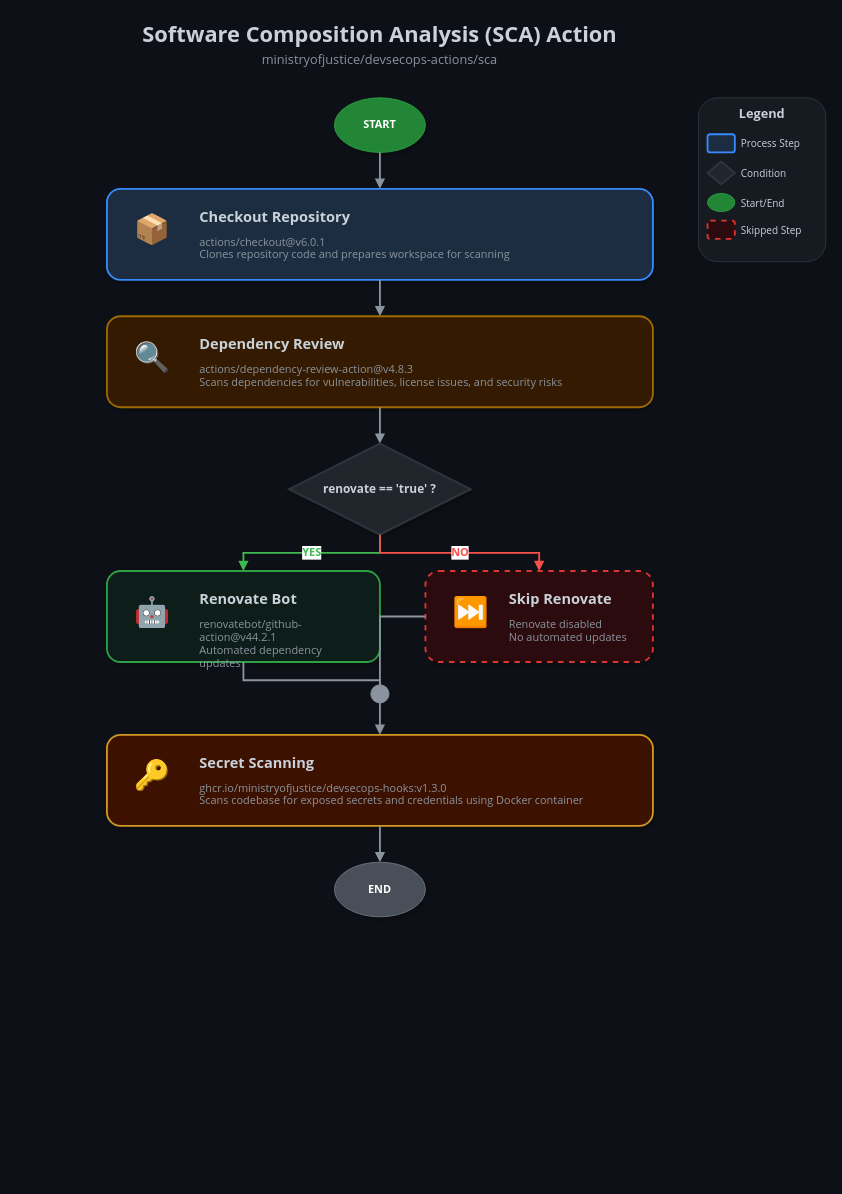
rossguilbert-gov/devsecops-actions keeps this draw.io diagram as docs/sca.drawio. Above is the earlier version. Source tidied: cells renumbered, new cells numbered last; positions are measured from the earlier drawing's top-left corner, leaving out a move shared by most shapes. Both pictures are drawn from the tidied source at 91%, with x=0, y=0 at pixel (15, 15).
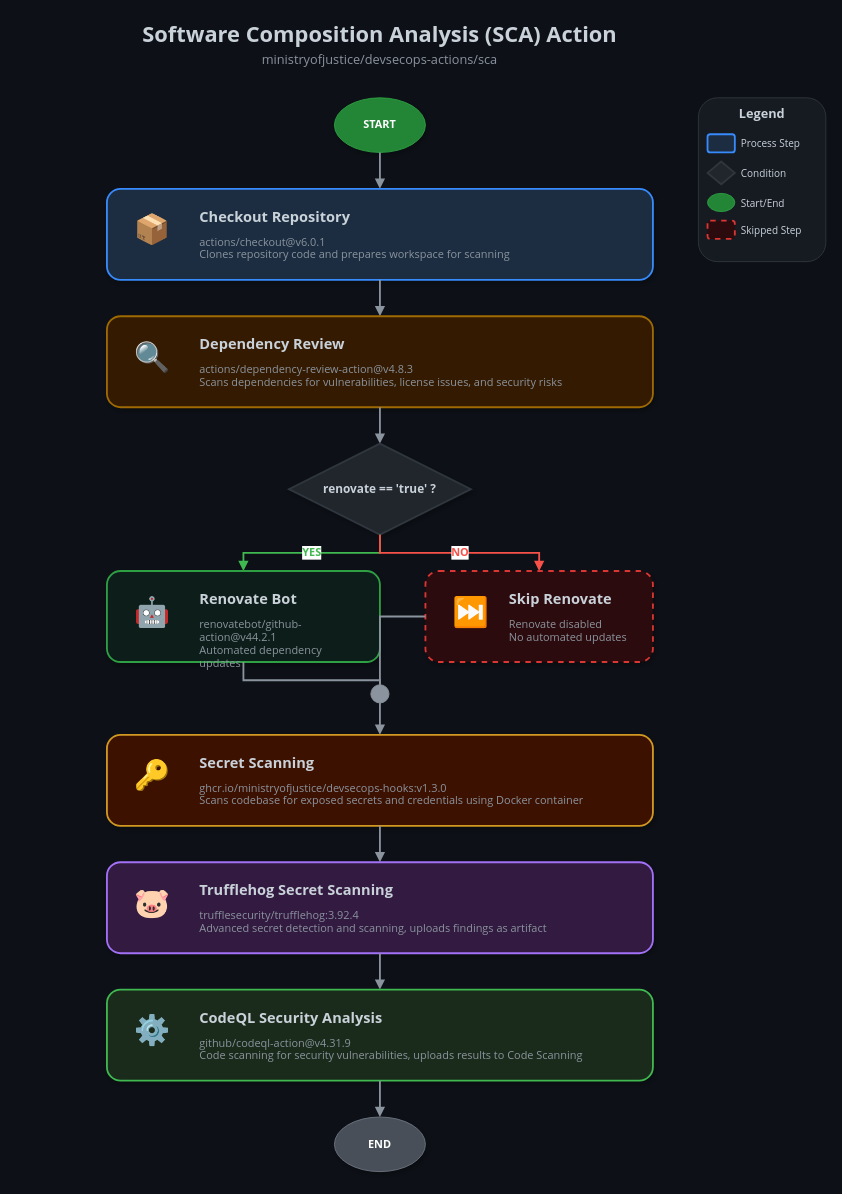
The same page after the edit.

Commit message (it also covers changes not shown here):
feat(10-sca): trufflehog scan (#32)

The change refers to these unchanged cells:
```xml
<mxCell id="31" style="rounded=1;whiteSpace=wrap;html=1;fillColor=#3d1100;strokeColor=#d29922;strokeWidth=2;shadow=1;" parent="1" vertex="1">
  <mxGeometry x="100" y="790" width="600" height="100" as="geometry" />
</mxCell>
```

Diff of the diagram source:
```diff
@@
+    <mxCell id="47" style="edgeStyle=orthogonalEdgeStyle;rounded=0;jettySize=auto;html=1;strokeColor=#8b949e;strokeWidth=2;endArrow=block;endFill=1;" parent="1" edge="1" source="31" target="48">
+      <mxGeometry relative="1" as="geometry" />
+    </mxCell>
+    <mxCell id="48" style="rounded=1;whiteSpace=wrap;html=1;fillColor=#321a41;strokeColor=#a371f7;strokeWidth=2;shadow=1;" parent="1" vertex="1">
+      <mxGeometry x="100" y="930" width="600" height="100" as="geometry" />
+    </mxCell>
+    <mxCell id="49" value="🐷" style="text;html=1;strokeColor=none;fillColor=none;align=center;verticalAlign=middle;whiteSpace=wrap;rounded=0;fontSize=32;" parent="1" vertex="1">
+      <mxGeometry x="120" y="945" width="60" height="60" as="geometry" />
+    </mxCell>
+    <mxCell id="50" value="Trufflehog Secret Scanning" style="text;html=1;strokeColor=none;fillColor=none;align=left;verticalAlign=top;whiteSpace=wrap;rounded=0;fontSize=16;fontStyle=1;fontColor=#c9d1d9;fontFamily=Segoe UI;" parent="1" vertex="1">
+      <mxGeometry x="200" y="945" width="480" height="25" as="geometry" />
+    </mxCell>
+    <mxCell id="51" value="trufflesecurity/trufflehog:3.92.4&lt;br&gt;Advanced secret detection and scanning, uploads findings as artifact" style="text;html=1;strokeColor=none;fillColor=none;align=left;verticalAlign=top;whiteSpace=wrap;rounded=0;fontSize=12;fontColor=#8b949e;fontFamily=Segoe UI;" parent="1" vertex="1">
+      <mxGeometry x="200" y="975" width="480" height="45" as="geometry" />
+    </mxCell>
+    <mxCell id="52" style="edgeStyle=orthogonalEdgeStyle;rounded=0;jettySize=auto;html=1;strokeColor=#8b949e;strokeWidth=2;endArrow=block;endFill=1;" parent="1" edge="1" source="48" target="53">
+      <mxGeometry relative="1" as="geometry" />
+    </mxCell>
+    <mxCell id="53" style="rounded=1;whiteSpace=wrap;html=1;fillColor=#1a2b1c;strokeColor=#3fb950;strokeWidth=2;shadow=1;" parent="1" vertex="1">
+      <mxGeometry x="100" y="1070" width="600" height="100" as="geometry" />
+    </mxCell>
+    <mxCell id="54" value="⚙️" style="text;html=1;strokeColor=none;fillColor=none;align=center;verticalAlign=middle;whiteSpace=wrap;rounded=0;fontSize=32;" parent="1" vertex="1">
+      <mxGeometry x="120" y="1085" width="60" height="60" as="geometry" />
+    </mxCell>
+    <mxCell id="55" value="CodeQL Security Analysis" style="text;html=1;strokeColor=none;fillColor=none;align=left;verticalAlign=top;whiteSpace=wrap;rounded=0;fontSize=16;fontStyle=1;fontColor=#c9d1d9;fontFamily=Segoe UI;" parent="1" vertex="1">
+      <mxGeometry x="200" y="1085" width="480" height="25" as="geometry" />
+    </mxCell>
+    <mxCell id="56" value="github/codeql-action@v4.31.9&lt;br&gt;Code scanning for security vulnerabilities, uploads results to Code Scanning" style="text;html=1;strokeColor=none;fillColor=none;align=left;verticalAlign=top;whiteSpace=wrap;rounded=0;fontSize=12;fontColor=#8b949e;fontFamily=Segoe UI;" parent="1" vertex="1">
+      <mxGeometry x="200" y="1115" width="480" height="45" as="geometry" />
+    </mxCell>
-    <mxCell id="35" style="edgeStyle=orthogonalEdgeStyle;rounded=0;jettySize=auto;html=1;strokeColor=#8b949e;strokeWidth=2;endArrow=block;endFill=1;" parent="1" edge="1" source="31" target="36">
+    <mxCell id="35" style="edgeStyle=orthogonalEdgeStyle;rounded=0;jettySize=auto;html=1;strokeColor=#8b949e;strokeWidth=2;endArrow=block;endFill=1;" parent="1" edge="1" source="53" target="36">
       <mxGeometry relative="1" as="geometry" />
     </mxCell>
     <mxCell id="36" value="END" style="ellipse;whiteSpace=wrap;html=1;fillColor=#484f58;strokeColor=#6e7681;fontColor=#ffffff;fontSize=12;fontStyle=1;fontFamily=Segoe UI;shadow=1;" parent="1" vertex="1">
-      <mxGeometry x="350" y="930" width="100" height="60" as="geometry" />
+      <mxGeometry x="350" y="1210" width="100" height="60" as="geometry" />
     </mxCell>
```
